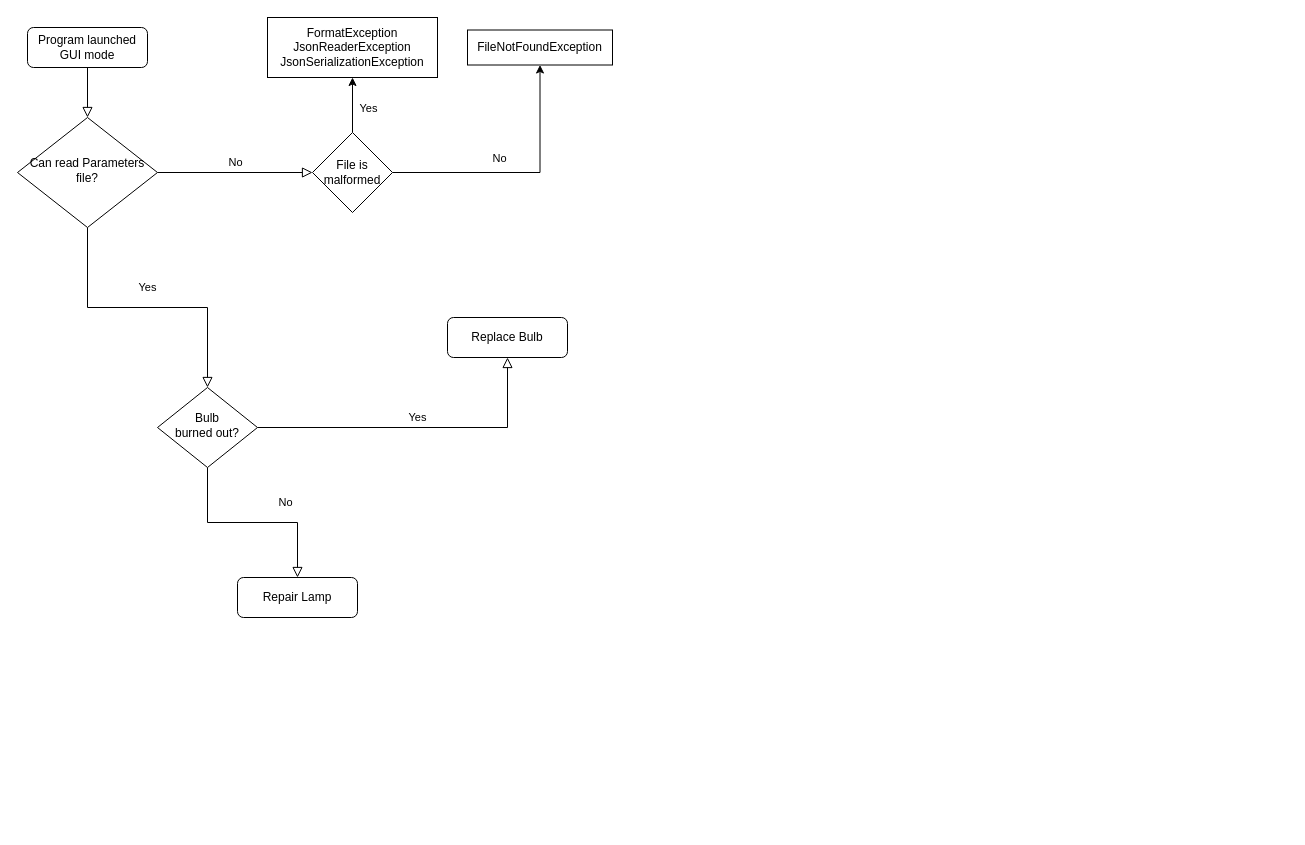
Above: AssetInformationAndRegistration/AIR-flowchart.drawio in Kevin64/asset-information-and-registration (draw.io), before the change. Source tidied: cells renumbered, new cells numbered last; positions are measured from the earlier drawing's top-left corner, leaving out a move shared by most shapes. Both pictures are drawn from the tidied source at 100%, with x=0, y=0 at pixel (17, 17).
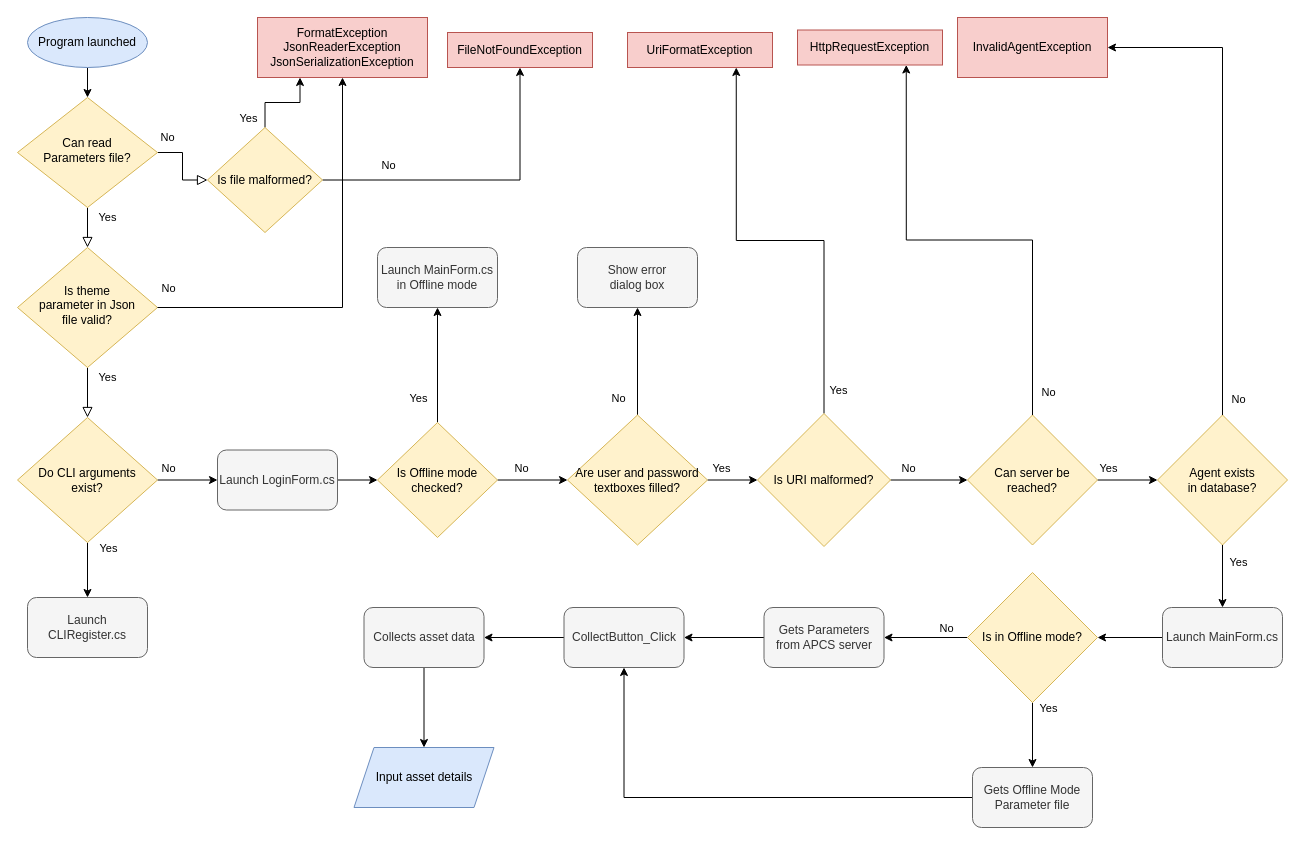
Above is the later version.

Unchanged cells that the change refers to:
```xml
<mxCell id="14" style="edgeStyle=orthogonalEdgeStyle;rounded=0;jettySize=auto;html=1;" parent="1" edge="1" source="16" target="18">
  <mxGeometry relative="1" as="geometry" />
</mxCell>
```

Diff of the diagram source:
```diff
@@
-    <mxCell id="2" style="rounded=0;html=1;jettySize=auto;fontSize=11;endArrow=block;endFill=0;endSize=8;strokeWidth=1;shadow=0;labelBackgroundColor=none;edgeStyle=orthogonalEdgeStyle;" parent="1" edge="1" source="3" target="6">
-      <mxGeometry relative="1" as="geometry" />
-    </mxCell>
-    <mxCell id="3" value="Program launched&lt;br&gt;GUI mode" style="rounded=1;whiteSpace=wrap;html=1;fontSize=12;glass=0;strokeWidth=1;shadow=0;" parent="1" vertex="1">
-      <mxGeometry x="10" y="10" width="120" height="40" as="geometry" />
-    </mxCell>
     <mxCell id="4" value="Yes" style="rounded=0;html=1;jettySize=auto;fontSize=11;endArrow=block;endFill=0;endSize=8;strokeWidth=1;shadow=0;labelBackgroundColor=none;edgeStyle=orthogonalEdgeStyle;" parent="1" edge="1" source="6" target="9">
-      <mxGeometry y="20" relative="1" as="geometry" />
+      <mxGeometry x="-0.5" y="20" relative="1" as="geometry" />
     </mxCell>
     <mxCell id="5" value="No" style="edgeStyle=orthogonalEdgeStyle;rounded=0;html=1;jettySize=auto;fontSize=11;endArrow=block;endFill=0;endSize=8;strokeWidth=1;shadow=0;labelBackgroundColor=none;entryX=0;entryY=0.5;entryDx=0;entryDy=0;" parent="1" edge="1" source="6" target="16">
-      <mxGeometry y="10" relative="1" as="geometry" />
+      <mxGeometry x="-0.74" y="15" relative="1" as="geometry" />
     </mxCell>
-    <mxCell id="6" value="Can read Parameters file?" style="rhombus;whiteSpace=wrap;html=1;shadow=0;fontFamily=Helvetica;fontSize=12;align=center;strokeWidth=1;spacing=6;spacingTop=-4;" parent="1" vertex="1">
-      <mxGeometry y="100" width="140" height="110" as="geometry" />
+    <mxCell id="6" value="Can read&lt;br&gt;Parameters file?" style="rhombus;whiteSpace=wrap;html=1;shadow=0;fontFamily=Helvetica;fontSize=12;align=center;strokeWidth=1;spacing=6;spacingTop=-4;fillColor=#fff2cc;strokeColor=#d6b656;" parent="1" vertex="1">
+      <mxGeometry y="80" width="140" height="110" as="geometry" />
     </mxCell>
-    <mxCell id="7" value="No" style="rounded=0;html=1;jettySize=auto;fontSize=11;endArrow=block;endFill=0;endSize=8;strokeWidth=1;shadow=0;labelBackgroundColor=none;edgeStyle=orthogonalEdgeStyle;" parent="1" edge="1" source="9" target="10">
-      <mxGeometry x="0.33" y="20" relative="1" as="geometry" />
-    </mxCell>
-    <mxCell id="8" value="Yes" style="edgeStyle=orthogonalEdgeStyle;rounded=0;html=1;jettySize=auto;fontSize=11;endArrow=block;endFill=0;endSize=8;strokeWidth=1;shadow=0;labelBackgroundColor=none;" parent="1" edge="1" source="9" target="11">
-      <mxGeometry y="10" relative="1" as="geometry" />
+    <mxCell id="8" value="Yes" style="edgeStyle=orthogonalEdgeStyle;rounded=0;html=1;jettySize=auto;fontSize=11;endArrow=block;endFill=0;endSize=8;strokeWidth=1;shadow=0;labelBackgroundColor=none;entryX=0.5;entryY=0;entryDx=0;entryDy=0;" parent="1" edge="1" source="9" target="24">
+      <mxGeometry x="-0.6" y="20" relative="1" as="geometry" />
     </mxCell>
-    <mxCell id="9" value="Bulb&lt;br&gt;burned out?" style="rhombus;whiteSpace=wrap;html=1;shadow=0;fontFamily=Helvetica;fontSize=12;align=center;strokeWidth=1;spacing=6;spacingTop=-4;" parent="1" vertex="1">
-      <mxGeometry x="140" y="370" width="100" height="80" as="geometry" />
+    <mxCell id="9" value="Is theme &lt;br&gt;parameter in Json&lt;br&gt;file valid?" style="rhombus;whiteSpace=wrap;html=1;shadow=0;fontFamily=Helvetica;fontSize=12;align=center;strokeWidth=1;spacing=6;spacingTop=-4;fillColor=#fff2cc;strokeColor=#d6b656;" parent="1" vertex="1">
+      <mxGeometry y="230" width="140" height="120" as="geometry" />
     </mxCell>
-    <mxCell id="10" value="Repair Lamp" style="rounded=1;whiteSpace=wrap;html=1;fontSize=12;glass=0;strokeWidth=1;shadow=0;" parent="1" vertex="1">
-      <mxGeometry x="220" y="560" width="120" height="40" as="geometry" />
-    </mxCell>
-    <mxCell id="11" value="Replace Bulb" style="rounded=1;whiteSpace=wrap;html=1;fontSize=12;glass=0;strokeWidth=1;shadow=0;" parent="1" vertex="1">
-      <mxGeometry x="430" y="300" width="120" height="40" as="geometry" />
-    </mxCell>
-    <mxCell id="12" style="edgeStyle=orthogonalEdgeStyle;rounded=0;jettySize=auto;html=1;" parent="1" edge="1" source="16" target="17">
-      <mxGeometry relative="1" as="geometry" />
-    </mxCell>
-    <mxCell id="13" value="Yes" style="edgeLabel;html=1;align=center;verticalAlign=middle;" parent="12" vertex="1">
-      <mxGeometry x="0.38" y="2" relative="1" as="geometry">
-        <mxPoint x="17" y="13" as="offset" />
-      </mxGeometry>
-    </mxCell>
@@
     <mxCell id="15" value="No" style="edgeLabel;html=1;align=center;verticalAlign=middle;" parent="14" vertex="1">
       <mxGeometry x="-0.17" relative="1" as="geometry">
-        <mxPoint y="-15" as="offset" />
+        <mxPoint x="-64" y="-15" as="offset" />
       </mxGeometry>
     </mxCell>
+    <mxCell id="12" style="edgeStyle=orthogonalEdgeStyle;rounded=0;jettySize=auto;html=1;entryX=0.25;entryY=1;entryDx=0;entryDy=0;" parent="1" edge="1" source="16" target="17">
+      <mxGeometry relative="1" as="geometry" />
+    </mxCell>
+    <mxCell id="19" value="Yes" style="edgeLabel;html=1;align=center;verticalAlign=middle;" parent="12" vertex="1">
+      <mxGeometry x="-0.03" y="3" relative="1" as="geometry">
+        <mxPoint x="-33" y="18" as="offset" />
+      </mxGeometry>
+    </mxCell>
-    <mxCell id="16" value="File is malformed" style="rhombus;whiteSpace=wrap;html=1;" parent="1" vertex="1">
-      <mxGeometry x="295" y="115" width="80" height="80" as="geometry" />
+    <mxCell id="16" value="Is file malformed?" style="rhombus;whiteSpace=wrap;html=1;fillColor=#fff2cc;strokeColor=#d6b656;" parent="1" vertex="1">
+      <mxGeometry x="190" y="110" width="115" height="105" as="geometry" />
     </mxCell>
-    <mxCell id="17" value="FormatException JsonReaderException&lt;br&gt;JsonSerializationException" style="whiteSpace=wrap;html=1;" parent="1" vertex="1">
-      <mxGeometry x="250" width="170" height="60" as="geometry" />
+    <mxCell id="17" value="FormatException JsonReaderException&lt;br&gt;JsonSerializationException" style="whiteSpace=wrap;html=1;fillColor=#f8cecc;strokeColor=#b85450;" parent="1" vertex="1">
+      <mxGeometry x="240" width="170" height="60" as="geometry" />
     </mxCell>
-    <mxCell id="18" value="FileNotFoundException" style="whiteSpace=wrap;html=1;" parent="1" vertex="1">
-      <mxGeometry x="450" y="12.5" width="145" height="35" as="geometry" />
+    <mxCell id="18" value="FileNotFoundException" style="whiteSpace=wrap;html=1;fillColor=#f8cecc;strokeColor=#b85450;" parent="1" vertex="1">
+      <mxGeometry x="430" y="15" width="145" height="35" as="geometry" />
     </mxCell>
+    <mxCell id="20" style="edgeStyle=orthogonalEdgeStyle;rounded=0;jettySize=auto;html=1;entryX=0;entryY=0.5;entryDx=0;entryDy=0;" parent="1" edge="1" source="24" target="26">
+      <mxGeometry relative="1" as="geometry" />
+    </mxCell>
+    <mxCell id="21" value="No" style="edgeLabel;html=1;align=center;verticalAlign=middle;" parent="20" vertex="1">
+      <mxGeometry y="3" relative="1" as="geometry">
+        <mxPoint x="-20" y="-9" as="offset" />
+      </mxGeometry>
+    </mxCell>
+    <mxCell id="22" style="edgeStyle=orthogonalEdgeStyle;rounded=0;jettySize=auto;html=1;" parent="1" edge="1" source="24" target="29">
+      <mxGeometry relative="1" as="geometry" />
+    </mxCell>
+    <mxCell id="23" value="Yes" style="edgeLabel;html=1;align=center;verticalAlign=middle;" parent="22" vertex="1">
+      <mxGeometry x="-0.06" y="2" relative="1" as="geometry">
+        <mxPoint x="18" y="-21" as="offset" />
+      </mxGeometry>
+    </mxCell>
+    <mxCell id="24" value="Do CLI arguments&lt;br&gt;exist?" style="rhombus;whiteSpace=wrap;html=1;fillColor=#fff2cc;strokeColor=#d6b656;" parent="1" vertex="1">
+      <mxGeometry y="400" width="140" height="125" as="geometry" />
+    </mxCell>
+    <mxCell id="25" style="edgeStyle=orthogonalEdgeStyle;rounded=0;jettySize=auto;html=1;exitX=1;exitY=0.5;exitDx=0;exitDy=0;entryX=0;entryY=0.5;entryDx=0;entryDy=0;" parent="1" edge="1" source="26" target="34">
+      <mxGeometry relative="1" as="geometry" />
+    </mxCell>
+    <mxCell id="26" value="Launch LoginForm.cs" style="rounded=1;whiteSpace=wrap;html=1;fillColor=#f5f5f5;fontColor=#333333;strokeColor=#666666;" parent="1" vertex="1">
+      <mxGeometry x="200" y="432.5" width="120" height="60" as="geometry" />
+    </mxCell>
+    <mxCell id="27" style="edgeStyle=orthogonalEdgeStyle;rounded=0;jettySize=auto;html=1;entryX=0.5;entryY=1;entryDx=0;entryDy=0;" parent="1" edge="1" source="9" target="17">
+      <mxGeometry relative="1" as="geometry" />
+    </mxCell>
+    <mxCell id="28" value="No" style="edgeLabel;html=1;align=center;verticalAlign=middle;rotation=0;" parent="27" vertex="1">
+      <mxGeometry x="-0.49" y="-1" relative="1" as="geometry">
+        <mxPoint x="-96" y="-21" as="offset" />
+      </mxGeometry>
+    </mxCell>
+    <mxCell id="29" value="Launch CLIRegister.cs" style="rounded=1;whiteSpace=wrap;html=1;fillColor=#f5f5f5;fontColor=#333333;strokeColor=#666666;" parent="1" vertex="1">
+      <mxGeometry x="10" y="580" width="120" height="60" as="geometry" />
+    </mxCell>
+    <mxCell id="30" style="edgeStyle=orthogonalEdgeStyle;rounded=0;jettySize=auto;html=1;" parent="1" edge="1" source="34" target="35">
+      <mxGeometry relative="1" as="geometry" />
+    </mxCell>
+    <mxCell id="31" value="Yes" style="edgeLabel;html=1;align=center;verticalAlign=middle;" parent="30" vertex="1">
+      <mxGeometry x="-0.05" y="1" relative="1" as="geometry">
+        <mxPoint x="-19" y="30" as="offset" />
+      </mxGeometry>
+    </mxCell>
+    <mxCell id="32" style="edgeStyle=orthogonalEdgeStyle;rounded=0;jettySize=auto;html=1;" parent="1" edge="1" source="34" target="40">
+      <mxGeometry relative="1" as="geometry" />
+    </mxCell>
+    <mxCell id="33" value="No" style="edgeLabel;html=1;align=center;verticalAlign=middle;" parent="32" vertex="1">
+      <mxGeometry x="-0.1" y="3" relative="1" as="geometry">
+        <mxPoint x="-9" y="-9" as="offset" />
+      </mxGeometry>
+    </mxCell>
+    <mxCell id="34" value="Is Offline mode&lt;br&gt;checked?" style="rhombus;whiteSpace=wrap;html=1;fillColor=#fff2cc;strokeColor=#d6b656;" parent="1" vertex="1">
+      <mxGeometry x="360" y="405" width="120" height="115" as="geometry" />
+    </mxCell>
+    <mxCell id="35" value="Launch MainForm.cs&lt;br&gt;in Offline mode" style="rounded=1;whiteSpace=wrap;html=1;fillColor=#f5f5f5;strokeColor=#666666;fontColor=#333333;" parent="1" vertex="1">
+      <mxGeometry x="360" y="230" width="120" height="60" as="geometry" />
+    </mxCell>
+    <mxCell id="36" style="edgeStyle=orthogonalEdgeStyle;rounded=0;jettySize=auto;html=1;" parent="1" edge="1" source="40" target="41">
+      <mxGeometry relative="1" as="geometry" />
+    </mxCell>
+    <mxCell id="37" value="No" style="edgeLabel;html=1;align=center;verticalAlign=middle;" parent="36" vertex="1">
+      <mxGeometry x="-0.1" relative="1" as="geometry">
+        <mxPoint x="-20" y="31" as="offset" />
+      </mxGeometry>
+    </mxCell>
+    <mxCell id="38" style="edgeStyle=orthogonalEdgeStyle;rounded=0;jettySize=auto;html=1;entryX=0;entryY=0.5;entryDx=0;entryDy=0;" parent="1" edge="1" source="40" target="58">
+      <mxGeometry relative="1" as="geometry" />
+    </mxCell>
+    <mxCell id="39" value="Yes" style="edgeLabel;html=1;align=center;verticalAlign=middle;" parent="38" vertex="1">
+      <mxGeometry x="-0.48" y="2" relative="1" as="geometry">
+        <mxPoint y="-10" as="offset" />
+      </mxGeometry>
+    </mxCell>
+    <mxCell id="40" value="Are user and password&lt;br&gt;textboxes filled?" style="rhombus;whiteSpace=wrap;html=1;fillColor=#fff2cc;strokeColor=#d6b656;" parent="1" vertex="1">
+      <mxGeometry x="550" y="397.5" width="140" height="130" as="geometry" />
+    </mxCell>
+    <mxCell id="41" value="Show error&lt;br&gt;dialog box" style="rounded=1;whiteSpace=wrap;html=1;fillColor=#f5f5f5;strokeColor=#666666;fontColor=#333333;" parent="1" vertex="1">
+      <mxGeometry x="560" y="230" width="120" height="60" as="geometry" />
+    </mxCell>
+    <mxCell id="42" style="edgeStyle=orthogonalEdgeStyle;rounded=0;jettySize=auto;html=1;entryX=0;entryY=0.5;entryDx=0;entryDy=0;exitX=1;exitY=0.5;exitDx=0;exitDy=0;" parent="1" edge="1" source="58" target="54">
+      <mxGeometry relative="1" as="geometry" />
+    </mxCell>
+    <mxCell id="43" value="No" style="edgeLabel;html=1;align=center;verticalAlign=middle;" parent="42" vertex="1">
+      <mxGeometry x="-0.56" y="-1" relative="1" as="geometry">
+        <mxPoint y="-13" as="offset" />
+      </mxGeometry>
+    </mxCell>
+    <mxCell id="44" style="edgeStyle=orthogonalEdgeStyle;rounded=0;jettySize=auto;html=1;exitX=0.5;exitY=0;exitDx=0;exitDy=0;entryX=1;entryY=0.5;entryDx=0;entryDy=0;" parent="1" edge="1" source="48" target="49">
+      <mxGeometry relative="1" as="geometry" />
+    </mxCell>
+    <mxCell id="45" value="No" style="edgeLabel;html=1;align=center;verticalAlign=middle;" parent="44" vertex="1">
+      <mxGeometry x="-0.89" y="-1" relative="1" as="geometry">
+        <mxPoint x="14" y="11" as="offset" />
+      </mxGeometry>
+    </mxCell>
+    <mxCell id="46" style="edgeStyle=orthogonalEdgeStyle;rounded=0;jettySize=auto;html=1;" parent="1" edge="1" source="48" target="61">
+      <mxGeometry relative="1" as="geometry" />
+    </mxCell>
+    <mxCell id="47" value="Yes" style="edgeLabel;html=1;align=center;verticalAlign=middle;" parent="46" vertex="1">
+      <mxGeometry x="-0.47" y="1" relative="1" as="geometry">
+        <mxPoint x="14" as="offset" />
+      </mxGeometry>
+    </mxCell>
+    <mxCell id="48" value="Agent exists&lt;br&gt;in database?" style="rhombus;whiteSpace=wrap;html=1;fillColor=#fff2cc;strokeColor=#d6b656;" parent="1" vertex="1">
+      <mxGeometry x="1140" y="397.5" width="130" height="130" as="geometry" />
+    </mxCell>
+    <mxCell id="49" value="InvalidAgentException" style="whiteSpace=wrap;html=1;fillColor=#f8cecc;strokeColor=#b85450;" parent="1" vertex="1">
+      <mxGeometry x="940" width="150" height="60" as="geometry" />
+    </mxCell>
+    <mxCell id="50" style="edgeStyle=orthogonalEdgeStyle;rounded=0;jettySize=auto;html=1;exitX=1;exitY=0.5;exitDx=0;exitDy=0;entryX=0;entryY=0.5;entryDx=0;entryDy=0;" parent="1" edge="1" source="54" target="48">
+      <mxGeometry relative="1" as="geometry" />
+    </mxCell>
+    <mxCell id="51" value="Yes" style="edgeLabel;html=1;align=center;verticalAlign=middle;" parent="50" vertex="1">
+      <mxGeometry x="-0.06" y="1" relative="1" as="geometry">
+        <mxPoint x="-18" y="-11" as="offset" />
+      </mxGeometry>
+    </mxCell>
+    <mxCell id="52" style="edgeStyle=orthogonalEdgeStyle;rounded=0;jettySize=auto;html=1;exitX=0.5;exitY=0;exitDx=0;exitDy=0;entryX=0.75;entryY=1;entryDx=0;entryDy=0;" parent="1" edge="1" source="54" target="55">
+      <mxGeometry relative="1" as="geometry" />
+    </mxCell>
+    <mxCell id="53" value="No" style="edgeLabel;html=1;align=center;verticalAlign=middle;" parent="52" vertex="1">
+      <mxGeometry x="-0.9" relative="1" as="geometry">
+        <mxPoint x="15" y="1" as="offset" />
+      </mxGeometry>
+    </mxCell>
+    <mxCell id="54" value="Can server be&lt;br&gt;reached?" style="rhombus;whiteSpace=wrap;html=1;fillColor=#fff2cc;strokeColor=#d6b656;" parent="1" vertex="1">
+      <mxGeometry x="950" y="397.5" width="130" height="130" as="geometry" />
+    </mxCell>
+    <mxCell id="55" value="HttpRequestException" style="whiteSpace=wrap;html=1;fillColor=#f8cecc;strokeColor=#b85450;" parent="1" vertex="1">
+      <mxGeometry x="780" y="12.5" width="145" height="35" as="geometry" />
+    </mxCell>
+    <mxCell id="56" style="edgeStyle=orthogonalEdgeStyle;rounded=0;jettySize=auto;html=1;entryX=0.75;entryY=1;entryDx=0;entryDy=0;" parent="1" edge="1" source="58" target="59">
+      <mxGeometry relative="1" as="geometry" />
+    </mxCell>
+    <mxCell id="57" value="Yes" style="edgeLabel;html=1;align=center;verticalAlign=middle;" parent="56" vertex="1">
+      <mxGeometry x="-0.89" y="1" relative="1" as="geometry">
+        <mxPoint x="15" as="offset" />
+      </mxGeometry>
+    </mxCell>
+    <mxCell id="58" value="Is URI malformed?" style="rhombus;whiteSpace=wrap;html=1;fillColor=#fff2cc;strokeColor=#d6b656;" parent="1" vertex="1">
+      <mxGeometry x="740" y="396" width="133" height="133" as="geometry" />
+    </mxCell>
+    <mxCell id="59" value="UriFormatException" style="whiteSpace=wrap;html=1;fillColor=#f8cecc;strokeColor=#b85450;" parent="1" vertex="1">
+      <mxGeometry x="610" y="15" width="145" height="35" as="geometry" />
+    </mxCell>
+    <mxCell id="60" style="edgeStyle=orthogonalEdgeStyle;rounded=0;jettySize=auto;html=1;exitX=0;exitY=0.5;exitDx=0;exitDy=0;" parent="1" edge="1" source="61" target="66">
+      <mxGeometry relative="1" as="geometry" />
+    </mxCell>
+    <mxCell id="61" value="Launch MainForm.cs" style="rounded=1;whiteSpace=wrap;html=1;fillColor=#f5f5f5;strokeColor=#666666;fontColor=#333333;" parent="1" vertex="1">
+      <mxGeometry x="1145" y="590" width="120" height="60" as="geometry" />
+    </mxCell>
+    <mxCell id="62" style="edgeStyle=orthogonalEdgeStyle;rounded=0;jettySize=auto;html=1;" parent="1" edge="1" source="66" target="68">
+      <mxGeometry relative="1" as="geometry" />
+    </mxCell>
+    <mxCell id="63" value="Yes" style="edgeLabel;html=1;align=center;verticalAlign=middle;" parent="62" vertex="1">
+      <mxGeometry x="-0.62" y="-1" relative="1" as="geometry">
+        <mxPoint x="16" y="-7" as="offset" />
+      </mxGeometry>
+    </mxCell>
+    <mxCell id="64" style="edgeStyle=orthogonalEdgeStyle;rounded=0;jettySize=auto;html=1;entryX=1;entryY=0.5;entryDx=0;entryDy=0;" parent="1" edge="1" source="66" target="70">
+      <mxGeometry relative="1" as="geometry" />
+    </mxCell>
+    <mxCell id="65" value="No" style="edgeLabel;html=1;align=center;verticalAlign=middle;" parent="64" vertex="1">
+      <mxGeometry x="-0.07" relative="1" as="geometry">
+        <mxPoint x="17" y="-10" as="offset" />
+      </mxGeometry>
+    </mxCell>
+    <mxCell id="66" value="Is in Offline mode?" style="rhombus;whiteSpace=wrap;html=1;fillColor=#fff2cc;strokeColor=#d6b656;" parent="1" vertex="1">
+      <mxGeometry x="950" y="555" width="130" height="130" as="geometry" />
+    </mxCell>
+    <mxCell id="67" style="edgeStyle=orthogonalEdgeStyle;rounded=0;jettySize=auto;html=1;entryX=0.5;entryY=1;entryDx=0;entryDy=0;" parent="1" edge="1" source="68" target="74">
+      <mxGeometry relative="1" as="geometry" />
+    </mxCell>
+    <mxCell id="68" value="Gets Offline Mode&lt;br&gt;Parameter file" style="rounded=1;whiteSpace=wrap;html=1;fillColor=#f5f5f5;strokeColor=#666666;fontColor=#333333;" parent="1" vertex="1">
+      <mxGeometry x="955" y="750" width="120" height="60" as="geometry" />
+    </mxCell>
+    <mxCell id="69" style="edgeStyle=orthogonalEdgeStyle;rounded=0;jettySize=auto;html=1;" parent="1" edge="1" source="70" target="74">
+      <mxGeometry relative="1" as="geometry" />
+    </mxCell>
+    <mxCell id="70" value="Gets Parameters from APCS server" style="rounded=1;whiteSpace=wrap;html=1;fillColor=#f5f5f5;strokeColor=#666666;fontColor=#333333;" parent="1" vertex="1">
+      <mxGeometry x="746.5" y="590" width="120" height="60" as="geometry" />
+    </mxCell>
+    <mxCell id="71" style="edgeStyle=orthogonalEdgeStyle;rounded=0;jettySize=auto;html=1;entryX=0.5;entryY=0;entryDx=0;entryDy=0;" parent="1" edge="1" source="72" target="6">
+      <mxGeometry relative="1" as="geometry" />
+    </mxCell>
+    <mxCell id="72" value="Program launched" style="ellipse;whiteSpace=wrap;html=1;fillColor=#dae8fc;strokeColor=#6c8ebf;" parent="1" vertex="1">
+      <mxGeometry x="10" width="120" height="50" as="geometry" />
+    </mxCell>
+    <mxCell id="73" style="edgeStyle=orthogonalEdgeStyle;rounded=0;jettySize=auto;html=1;" parent="1" edge="1" source="74" target="76">
+      <mxGeometry relative="1" as="geometry" />
+    </mxCell>
+    <mxCell id="74" value="CollectButton_Click" style="rounded=1;whiteSpace=wrap;html=1;fillColor=#f5f5f5;strokeColor=#666666;fontColor=#333333;" parent="1" vertex="1">
+      <mxGeometry x="546.5" y="590" width="120" height="60" as="geometry" />
+    </mxCell>
+    <mxCell id="75" style="edgeStyle=orthogonalEdgeStyle;rounded=0;jettySize=auto;html=1;exitX=0.5;exitY=1;exitDx=0;exitDy=0;entryX=0.5;entryY=0;entryDx=0;entryDy=0;" parent="1" edge="1" source="76" target="77">
+      <mxGeometry relative="1" as="geometry" />
+    </mxCell>
+    <mxCell id="76" value="Collects asset data" style="rounded=1;whiteSpace=wrap;html=1;fillColor=#f5f5f5;strokeColor=#666666;fontColor=#333333;" parent="1" vertex="1">
+      <mxGeometry x="346.5" y="590" width="120" height="60" as="geometry" />
+    </mxCell>
+    <mxCell id="77" value="Input asset details" style="shape=parallelogram;perimeter=parallelogramPerimeter;whiteSpace=wrap;html=1;fixedSize=1;fillColor=#dae8fc;strokeColor=#6c8ebf;" parent="1" vertex="1">
+      <mxGeometry x="336.5" y="730" width="140" height="60" as="geometry" />
+    </mxCell>
```
